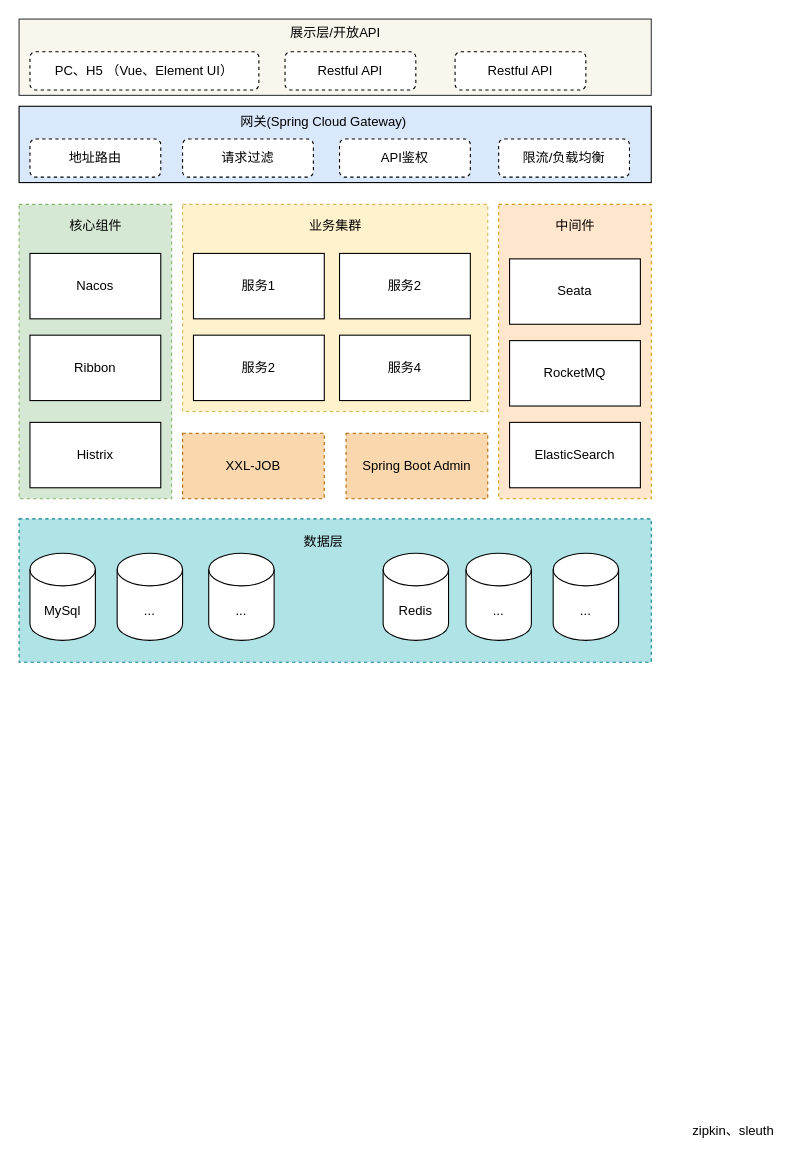
Earlier version of the draw.io diagram rongda-dep/分布式 云his.drawio (cherishsince/diagrams.net). Source tidied: cells renumbered, new cells numbered last; positions are measured from the earlier drawing's top-left corner, leaving out a move shared by most shapes. Both pictures are drawn from the tidied source at 109%, with x=0, y=0 at pixel (19, 19).
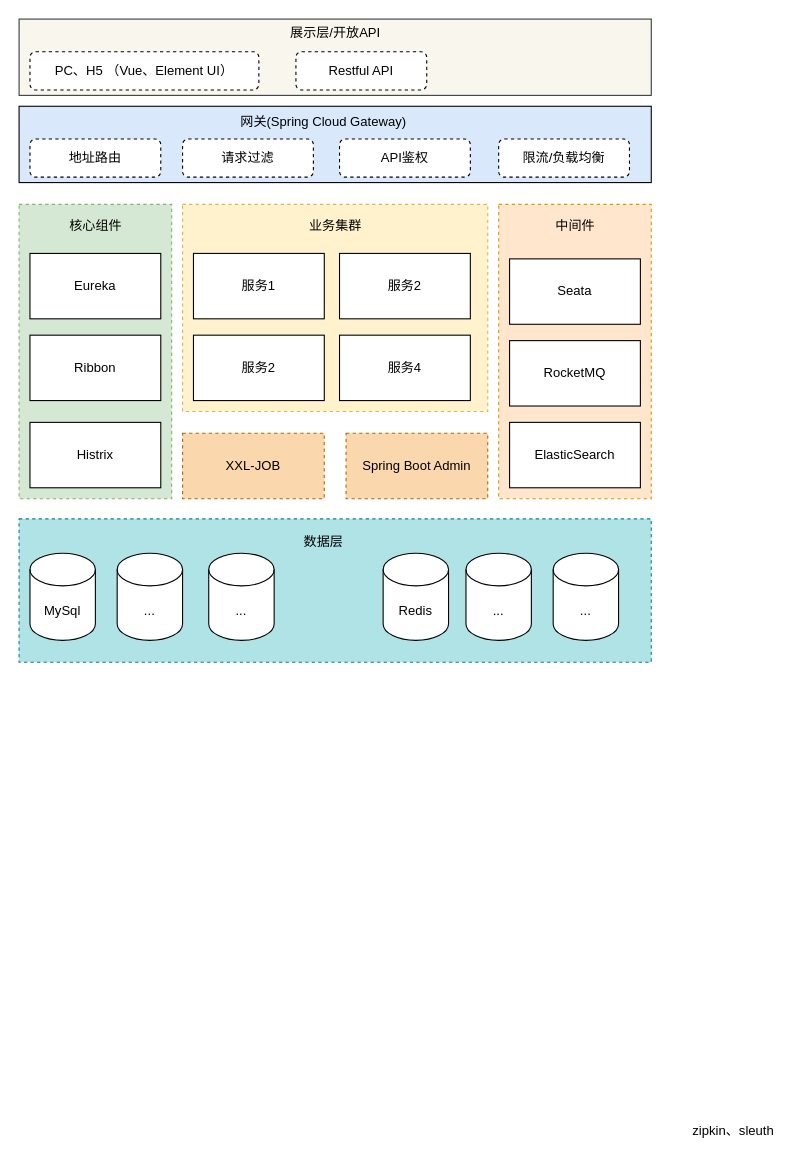
The same diagram, later.

Commit message:
更新分布式 云his.drawio

Diff of the diagram source:
```diff
@@
-    <mxCell id="25" value="Nacos" style="rounded=0;whiteSpace=wrap;html=1;" parent="1" vertex="1">
+    <mxCell id="25" value="Eureka" style="rounded=0;whiteSpace=wrap;html=1;" parent="1" vertex="1">
       <mxGeometry x="10" y="215" width="120" height="60" as="geometry" />
     </mxCell>
@@
     <mxCell id="30" value="Restful API" style="rounded=1;whiteSpace=wrap;html=1;dashed=1;" parent="1" vertex="1">
-      <mxGeometry x="244" y="30" width="120" height="35" as="geometry" />
+      <mxGeometry x="254" y="30" width="120" height="35" as="geometry" />
     </mxCell>
@@
-    <mxCell id="38" value="Restful API" style="rounded=1;whiteSpace=wrap;html=1;dashed=1;" parent="1" vertex="1">
-      <mxGeometry x="400" y="30" width="120" height="35" as="geometry" />
-    </mxCell>
```
